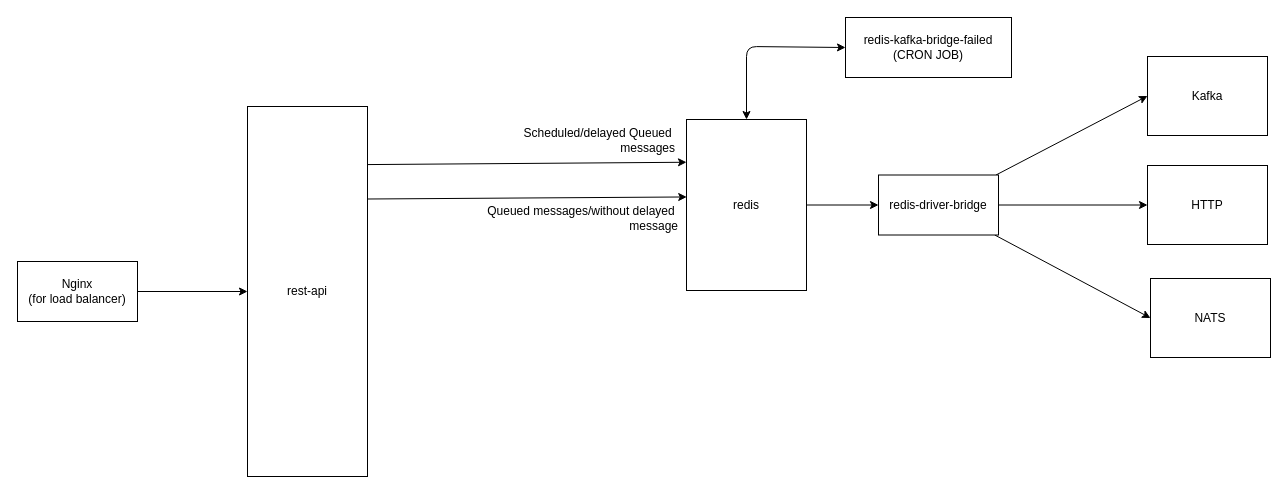
Above: archi.drawio in Rafat97/enterprise-messaging-system (draw.io), before the change. Source tidied: cells renumbered, new cells numbered last; positions are measured from the earlier drawing's top-left corner, leaving out a move shared by most shapes. Both pictures are drawn from the tidied source at 100%, with x=0, y=0 at pixel (17, 17).
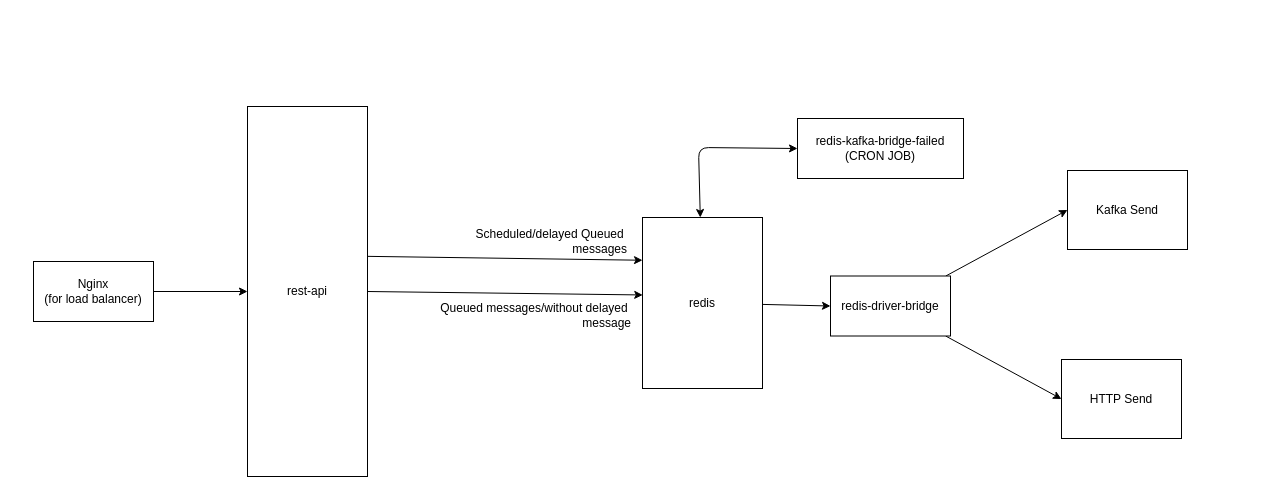
Above is the later version.

The change refers to these unchanged cells:
```xml
<mxCell id="4" value="rest-api" style="rounded=0;whiteSpace=wrap;html=1;" parent="1" vertex="1">
  <mxGeometry x="230" y="89" width="120" height="370" as="geometry" />
</mxCell>
```

What changed in the source:
```diff
@@
-    <mxCell id="2" style="edgeStyle=none;html=1;entryX=0;entryY=0.25;entryDx=0;entryDy=0;exitX=0.992;exitY=0.157;exitDx=0;exitDy=0;exitPerimeter=0;" parent="1" edge="1" source="4" target="7">
+    <mxCell id="2" style="edgeStyle=none;html=1;entryX=0;entryY=0.25;entryDx=0;entryDy=0;exitX=1;exitY=0.405;exitDx=0;exitDy=0;exitPerimeter=0;" parent="1" edge="1" source="4" target="7">
       <mxGeometry relative="1" as="geometry" />
     </mxCell>
-    <mxCell id="3" style="edgeStyle=none;html=1;exitX=1;exitY=0.25;exitDx=0;exitDy=0;entryX=0.002;entryY=0.453;entryDx=0;entryDy=0;entryPerimeter=0;" parent="1" edge="1" source="4" target="7">
+    <mxCell id="3" style="edgeStyle=none;html=1;exitX=1;exitY=0.5;exitDx=0;exitDy=0;entryX=0.002;entryY=0.453;entryDx=0;entryDy=0;entryPerimeter=0;" parent="1" edge="1" source="4" target="7">
       <mxGeometry relative="1" as="geometry" />
     </mxCell>
@@
     <mxCell id="6" style="edgeStyle=none;html=1;entryX=0;entryY=0.5;entryDx=0;entryDy=0;startArrow=classic;startFill=1;" parent="1" edge="1" source="7" target="17">
       <mxGeometry relative="1" as="geometry">
         <Array as="points">
-          <mxPoint x="729" y="29" />
+          <mxPoint x="681" y="130" />
         </Array>
       </mxGeometry>
     </mxCell>
     <mxCell id="7" value="redis" style="rounded=0;whiteSpace=wrap;html=1;" parent="1" vertex="1">
-      <mxGeometry x="669" y="102" width="120" height="171" as="geometry" />
+      <mxGeometry x="625" y="200" width="120" height="171" as="geometry" />
     </mxCell>
-    <mxCell id="8" value="Kafka" style="rounded=0;whiteSpace=wrap;html=1;" parent="1" vertex="1">
-      <mxGeometry x="1130" y="39" width="120" height="79" as="geometry" />
+    <mxCell id="8" value="Kafka Send" style="rounded=0;whiteSpace=wrap;html=1;" parent="1" vertex="1">
+      <mxGeometry x="1050" y="153" width="120" height="79" as="geometry" />
     </mxCell>
@@
-    <mxCell id="11" style="edgeStyle=none;html=1;entryX=0;entryY=0.5;entryDx=0;entryDy=0;startArrow=none;startFill=0;" parent="1" edge="1" source="12" target="19">
-      <mxGeometry relative="1" as="geometry" />
-    </mxCell>
     <mxCell id="12" value="redis-driver-bridge" style="whiteSpace=wrap;html=1;" parent="1" vertex="1">
-      <mxGeometry x="861" y="157.5" width="120" height="60" as="geometry" />
+      <mxGeometry x="813" y="258.5" width="120" height="60" as="geometry" />
     </mxCell>
     <mxCell id="13" value="Scheduled/delayed Queued&amp;nbsp;&lt;br&gt;messages" style="text;html=1;align=right;verticalAlign=middle;strokeColor=none;fillColor=none;" parent="1" vertex="1">
-      <mxGeometry x="490" y="102" width="169" height="41" as="geometry" />
+      <mxGeometry x="442" y="203" width="169" height="41" as="geometry" />
     </mxCell>
@@
     <mxCell id="15" value="Nginx&lt;br&gt;(for load balancer)" style="rounded=0;whiteSpace=wrap;html=1;" parent="1" vertex="1">
-      <mxGeometry y="244" width="120" height="60" as="geometry" />
+      <mxGeometry x="16" y="244" width="120" height="60" as="geometry" />
     </mxCell>
     <mxCell id="16" value="Queued messages/without delayed&amp;nbsp;&lt;br&gt;message" style="text;html=1;align=right;verticalAlign=middle;strokeColor=none;fillColor=none;" parent="1" vertex="1">
-      <mxGeometry x="453" y="180" width="209" height="41" as="geometry" />
+      <mxGeometry x="406" y="277.5" width="209" height="41" as="geometry" />
     </mxCell>
     <mxCell id="17" value="redis-kafka-bridge-failed&lt;br&gt;(CRON JOB)" style="whiteSpace=wrap;html=1;" parent="1" vertex="1">
-      <mxGeometry x="828" width="166" height="60" as="geometry" />
+      <mxGeometry x="780" y="101" width="166" height="60" as="geometry" />
     </mxCell>
-    <mxCell id="18" value="HTTP" style="rounded=0;whiteSpace=wrap;html=1;" parent="1" vertex="1">
-      <mxGeometry x="1130" y="148" width="120" height="79" as="geometry" />
+    <mxCell id="18" value="HTTP Send" style="rounded=0;whiteSpace=wrap;html=1;" parent="1" vertex="1">
+      <mxGeometry x="1044" y="342" width="120" height="79" as="geometry" />
     </mxCell>
-    <mxCell id="19" value="NATS" style="rounded=0;whiteSpace=wrap;html=1;" parent="1" vertex="1">
-      <mxGeometry x="1133" y="261" width="120" height="79" as="geometry" />
-    </mxCell>
```
